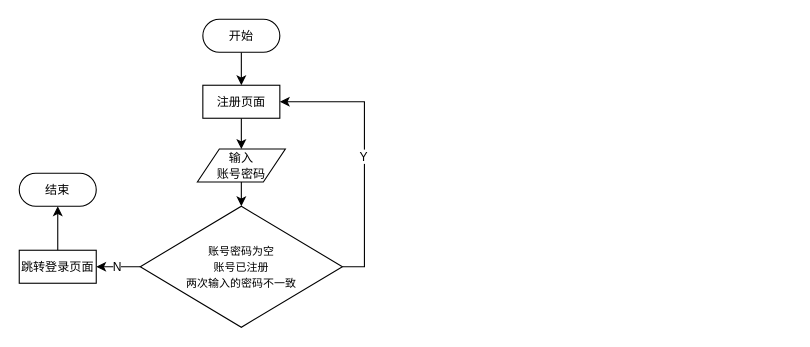
Above: page "第 1 页" (1 of 21) of 程序流程图合集.drawio in Chentx1243/draw.io (draw.io), before the change. Source tidied: cells renumbered, new cells numbered last; positions are measured from the earlier drawing's top-left corner, leaving out a move shared by most shapes. Both pictures are drawn from the tidied source at 110%, with x=0, y=0 at pixel (19, 19).
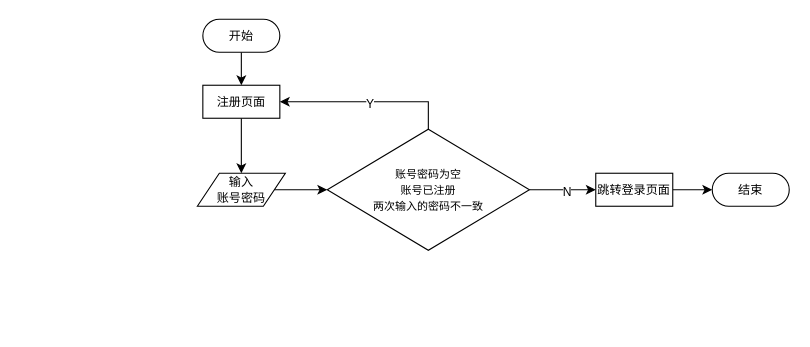
The same diagram, later.

Diff of the diagram source:
```diff
@@
 <mxGraphModel>
   <root>
     <mxCell id="0" />
     <mxCell id="1" parent="0" />
     <mxCell id="2" style="edgeStyle=orthogonalEdgeStyle;rounded=0;jettySize=auto;html=1;" parent="1" edge="1" source="3" target="5">
       <mxGeometry relative="1" as="geometry" />
     </mxCell>
     <mxCell id="3" value="&lt;font face=&quot;宋体&quot; style=&quot;font-size: 11px;&quot;&gt;开始&lt;/font&gt;" style="rounded=1;whiteSpace=wrap;html=1;arcSize=50;" parent="1" vertex="1">
       <mxGeometry x="166.9" width="70" height="30" as="geometry" />
     </mxCell>
     <mxCell id="4" style="edgeStyle=orthogonalEdgeStyle;rounded=0;jettySize=auto;html=1;" parent="1" edge="1" source="5" target="7">
       <mxGeometry relative="1" as="geometry" />
     </mxCell>
     <mxCell id="5" value="&lt;font face=&quot;宋体&quot; style=&quot;font-size: 11px;&quot;&gt;注册页面&lt;/font&gt;" style="rounded=0;whiteSpace=wrap;html=1;" parent="1" vertex="1">
       <mxGeometry x="166.9" y="60" width="70" height="30" as="geometry" />
     </mxCell>
     <mxCell id="6" style="edgeStyle=orthogonalEdgeStyle;rounded=0;jettySize=auto;html=1;" parent="1" edge="1" source="7" target="12">
       <mxGeometry relative="1" as="geometry" />
     </mxCell>
     <mxCell id="7" value="&lt;font face=&quot;宋体&quot; style=&quot;font-size: 11px;&quot;&gt;输入&lt;/font&gt;&lt;div&gt;&lt;font face=&quot;宋体&quot; style=&quot;font-size: 11px;&quot;&gt;账号密码&lt;/font&gt;&lt;/div&gt;" style="shape=parallelogram;perimeter=parallelogramPerimeter;whiteSpace=wrap;html=1;fixedSize=1;" parent="1" vertex="1">
-      <mxGeometry x="161.9" y="118" width="80" height="30" as="geometry" />
+      <mxGeometry x="161.9" y="140" width="80" height="30" as="geometry" />
     </mxCell>
-    <mxCell id="8" style="edgeStyle=orthogonalEdgeStyle;rounded=0;jettySize=auto;html=1;exitX=1;exitY=0.5;exitDx=0;exitDy=0;entryX=1;entryY=0.5;entryDx=0;entryDy=0;" parent="1" edge="1" source="12" target="5">
+    <mxCell id="8" style="edgeStyle=orthogonalEdgeStyle;rounded=0;jettySize=auto;html=1;exitX=0.5;exitY=0;exitDx=0;exitDy=0;entryX=1;entryY=0.5;entryDx=0;entryDy=0;" parent="1" edge="1" source="12" target="5">
       <mxGeometry relative="1" as="geometry" />
     </mxCell>
     <mxCell id="9" value="&lt;font&gt;Y&lt;/font&gt;" style="edgeLabel;html=1;align=center;verticalAlign=middle;fontFamily=宋体;" parent="8" vertex="1">
       <mxGeometry x="-0.02" y="1" relative="1" as="geometry" />
     </mxCell>
     <mxCell id="10" style="edgeStyle=orthogonalEdgeStyle;rounded=0;jettySize=auto;html=1;" parent="1" edge="1" source="12" target="14">
       <mxGeometry relative="1" as="geometry" />
     </mxCell>
     <mxCell id="11" value="&lt;font face=&quot;宋体&quot;&gt;N&lt;/font&gt;" style="edgeLabel;html=1;align=center;verticalAlign=middle;" parent="10" vertex="1">
       <mxGeometry x="0.12" y="-1" relative="1" as="geometry" />
     </mxCell>
     <mxCell id="12" value="&lt;font face=&quot;宋体&quot; style=&quot;font-size: 10px;&quot;&gt;账号密码为空&lt;/font&gt;&lt;div&gt;&lt;font face=&quot;宋体&quot; style=&quot;font-size: 10px;&quot;&gt;账号已注册&lt;/font&gt;&lt;/div&gt;&lt;div&gt;&lt;font face=&quot;宋体&quot; style=&quot;font-size: 10px;&quot;&gt;两次输入的密码不一致&lt;/font&gt;&lt;/div&gt;" style="rhombus;whiteSpace=wrap;html=1;" parent="1" vertex="1">
-      <mxGeometry x="110" y="170" width="183.8" height="110" as="geometry" />
+      <mxGeometry x="280" y="100" width="183.8" height="110" as="geometry" />
     </mxCell>
     <mxCell id="13" style="edgeStyle=orthogonalEdgeStyle;rounded=0;jettySize=auto;html=1;" parent="1" edge="1" source="14" target="15">
       <mxGeometry relative="1" as="geometry" />
     </mxCell>
     <mxCell id="14" value="&lt;font face=&quot;宋体&quot; style=&quot;font-size: 11px;&quot;&gt;跳转登录页面&lt;/font&gt;" style="rounded=0;whiteSpace=wrap;html=1;" parent="1" vertex="1">
-      <mxGeometry y="210" width="70" height="30" as="geometry" />
+      <mxGeometry x="524.1" y="140" width="70" height="30" as="geometry" />
     </mxCell>
     <mxCell id="15" value="&lt;font face=&quot;宋体&quot; style=&quot;font-size: 11px;&quot;&gt;结束&lt;/font&gt;" style="rounded=1;whiteSpace=wrap;html=1;arcSize=50;" parent="1" vertex="1">
-      <mxGeometry y="140" width="70" height="30" as="geometry" />
+      <mxGeometry x="630" y="140" width="70" height="30" as="geometry" />
     </mxCell>
   </root>
 </mxGraphModel>
```
